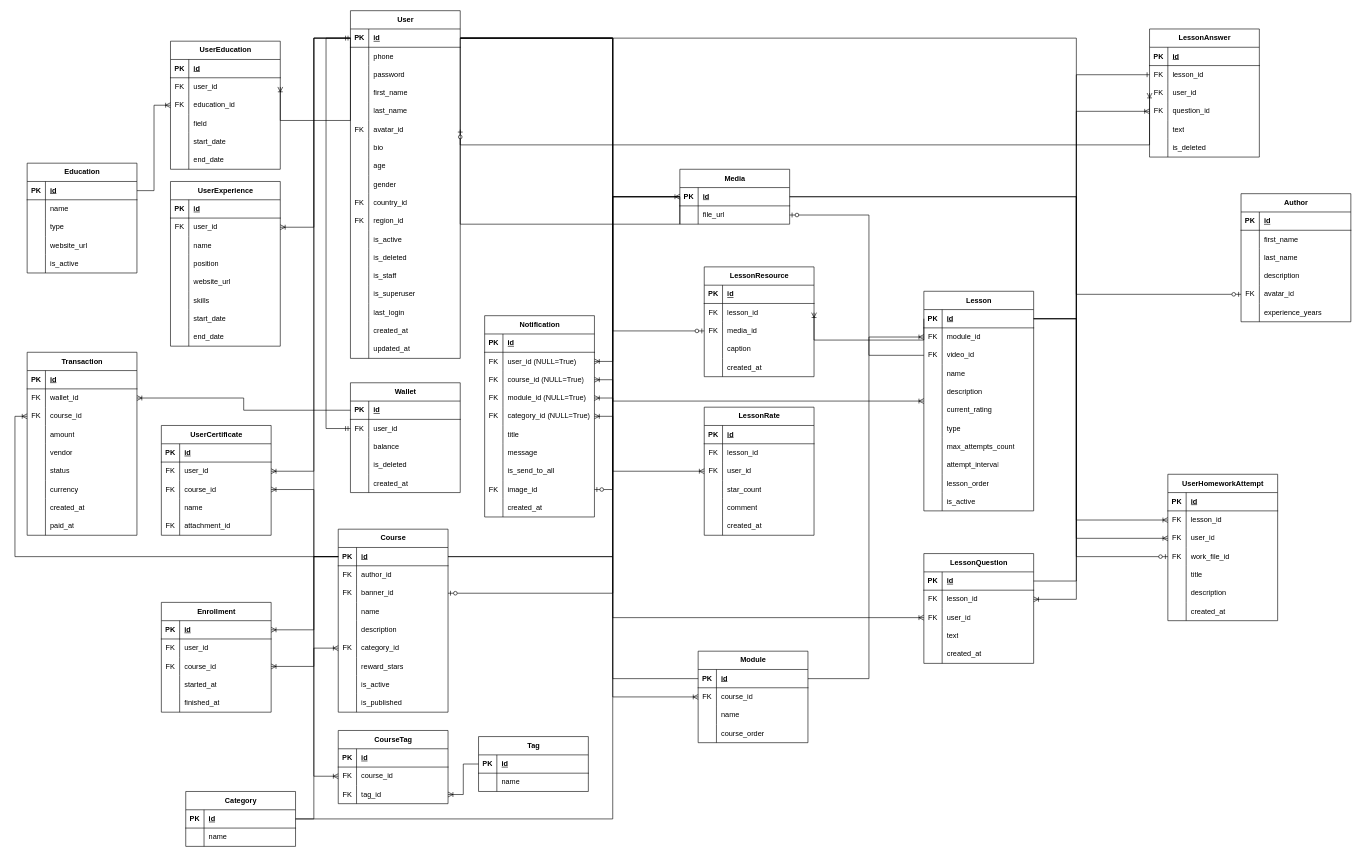
UIC-Academy/uicdev keeps this draw.io diagram as docs/uicdev.drawio. Above is the earlier version. Source tidied: cells renumbered, new cells numbered last; positions are measured from the earlier drawing's top-left corner, leaving out a move shared by most shapes. Both pictures are drawn from the tidied source at 61%, with x=0, y=0 at pixel (15, 10).
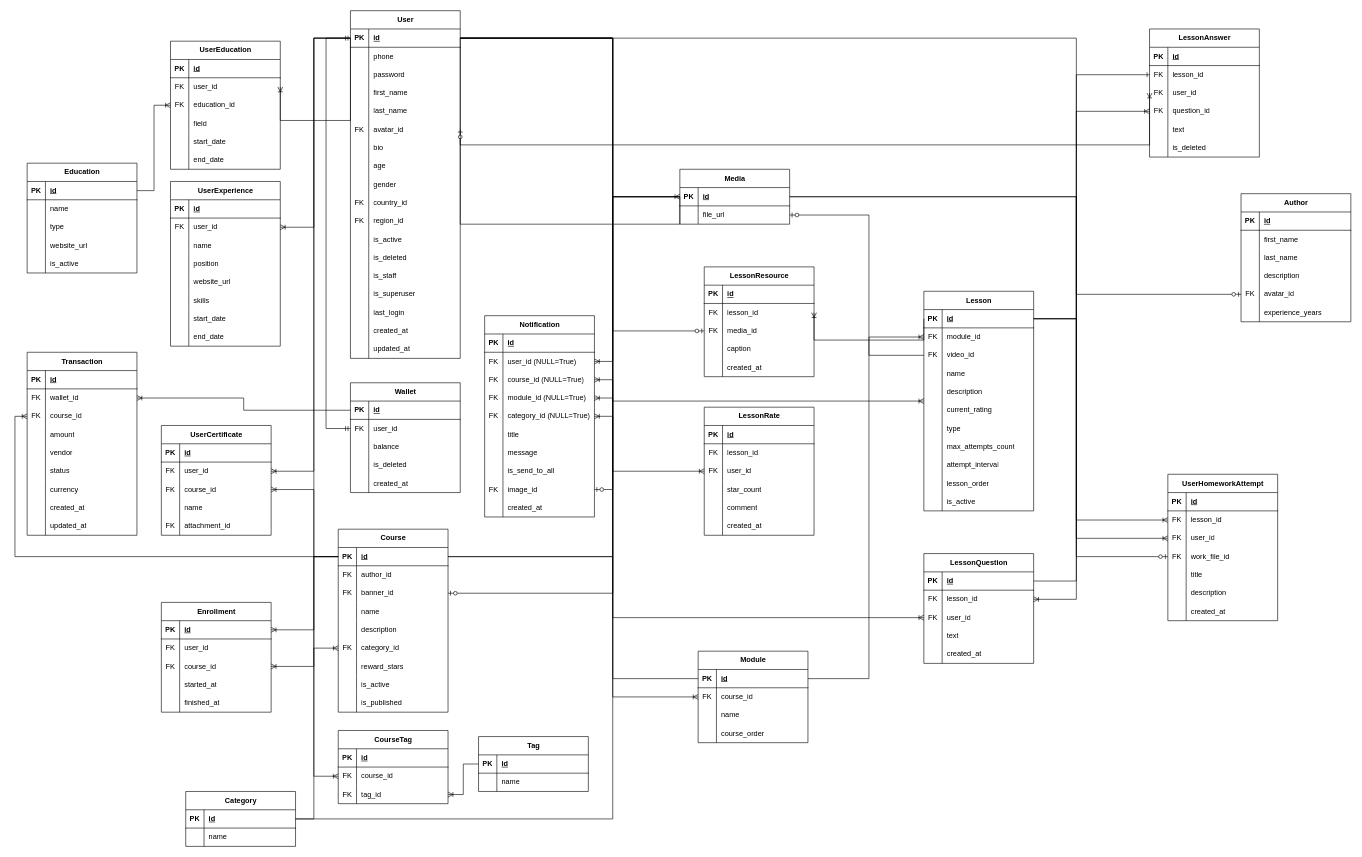
After the change.

The change refers to these unchanged cells:
```xml
<mxCell id="472" style="shape=tableRow;horizontal=0;startSize=0;swimlaneHead=0;swimlaneBody=0;fillColor=none;top=0;left=0;right=0;bottom=0;" parent="447" vertex="1">
  <mxGeometry y="270" width="180" height="30" as="geometry" />
</mxCell>
```

The edit, as a diff of the source:
```diff
@@
-    <mxCell id="474" value="paid_at" style="shape=partialRectangle;fillColor=none;top=0;left=0;bottom=0;right=0;align=left;spacingLeft=6;overflow=hidden;whiteSpace=wrap;html=1;" parent="472" vertex="1">
-      <mxGeometry x="30" width="150" height="30" as="geometry" />
-    </mxCell>
+    <mxCell id="478" value="updated_at" style="shape=partialRectangle;fillColor=none;top=0;left=0;bottom=0;right=0;align=left;spacingLeft=6;overflow=hidden;whiteSpace=wrap;html=1;" parent="472" vertex="1">
+      <mxGeometry x="30" width="150" height="30" as="geometry" />
+    </mxCell>
```
